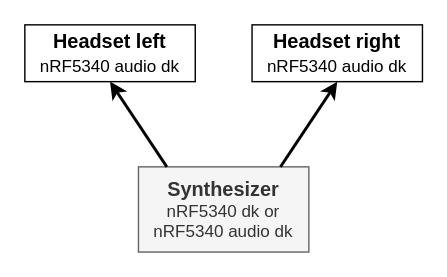
Earlier version of the draw.io diagram assets/devices.drawio (ReinBentdal/le_audio_synthesizer). Source tidied: cells renumbered, new cells numbered last; positions are measured from the earlier drawing's top-left corner, leaving out a move shared by most shapes. Both pictures are drawn from the tidied source at 142%, with x=0, y=0 at pixel (24, 24).
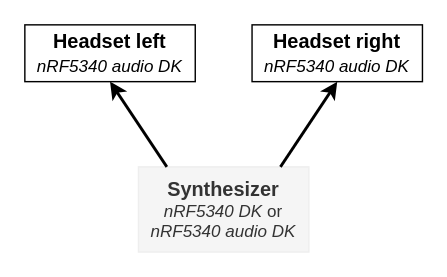
After the change.

The edit, as a diff of the source:
```diff
@@
 <mxGraphModel>
   <root>
     <mxCell id="0" />
     <mxCell id="1" parent="0" />
-    <mxCell id="2" value="&lt;b&gt;&lt;font style=&quot;font-size: 14px;&quot;&gt;Synthesizer&lt;/font&gt;&lt;/b&gt;&lt;br&gt;nRF5340 dk or nRF5340 audio dk" style="rounded=0;whiteSpace=wrap;html=1;fillColor=#f5f5f5;strokeColor=#666666;fontColor=#333333;" parent="1" vertex="1">
+    <mxCell id="2" value="&lt;b&gt;&lt;font style=&quot;font-size: 14px;&quot;&gt;Synthesizer&lt;/font&gt;&lt;/b&gt;&lt;br&gt;&lt;i&gt;nRF5340 DK&lt;/i&gt; or &lt;i&gt;nRF5340 audio DK&lt;/i&gt;" style="rounded=0;whiteSpace=wrap;html=1;fillColor=#f5f5f5;fontColor=#333333;strokeColor=#EEEEEE;" parent="1" vertex="1">
       <mxGeometry x="80" y="100" width="120" height="60" as="geometry" />
     </mxCell>
-    <mxCell id="3" value="&lt;b&gt;Headset right&lt;/b&gt;&lt;br&gt;&lt;font style=&quot;font-size: 12px;&quot;&gt;nRF5340 audio dk&lt;/font&gt;" style="rounded=0;whiteSpace=wrap;html=1;fontSize=14;" parent="1" vertex="1">
+    <mxCell id="3" value="&lt;b&gt;Headset right&lt;/b&gt;&lt;br&gt;&lt;font style=&quot;font-size: 12px;&quot;&gt;&lt;i&gt;nRF5340 audio DK&lt;/i&gt;&lt;/font&gt;" style="rounded=0;whiteSpace=wrap;html=1;fontSize=14;" parent="1" vertex="1">
       <mxGeometry x="160" width="120" height="40" as="geometry" />
     </mxCell>
-    <mxCell id="4" value="&lt;b&gt;Headset left&lt;/b&gt;&lt;br&gt;&lt;font style=&quot;font-size: 12px;&quot;&gt;nRF5340 audio dk&lt;/font&gt;" style="rounded=0;whiteSpace=wrap;html=1;fontSize=14;" parent="1" vertex="1">
+    <mxCell id="4" value="&lt;b&gt;Headset left&lt;/b&gt;&lt;br&gt;&lt;font style=&quot;font-size: 12px;&quot;&gt;&lt;i&gt;nRF5340 audio DK&lt;/i&gt;&lt;/font&gt;" style="rounded=0;whiteSpace=wrap;html=1;fontSize=14;" parent="1" vertex="1">
       <mxGeometry width="120" height="40" as="geometry" />
     </mxCell>
     <mxCell id="5" style="endArrow=classic;html=1;rounded=0;fontSize=12;entryX=0.5;entryY=1;entryDx=0;entryDy=0;strokeWidth=2;" parent="1" edge="1" target="4">
       <mxGeometry relative="1" as="geometry">
         <mxPoint x="100" y="100" as="sourcePoint" />
       </mxGeometry>
     </mxCell>
     <mxCell id="6" style="endArrow=classic;html=1;rounded=0;fontSize=12;entryX=0.5;entryY=1;entryDx=0;entryDy=0;strokeWidth=2;" parent="1" edge="1" target="3">
       <mxGeometry relative="1" as="geometry">
         <mxPoint x="180" y="100" as="sourcePoint" />
       </mxGeometry>
     </mxCell>
   </root>
 </mxGraphModel>
```
